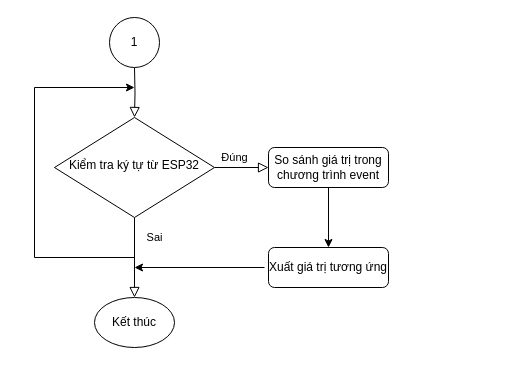
Above: ESP32_Arduino.drawio in imvietp/Final_Thesis (draw.io), before the change. Source tidied: cells renumbered, new cells numbered last; positions are measured from the earlier drawing's top-left corner, leaving out a move shared by most shapes. Both pictures are drawn from the tidied source at 100%, with x=0, y=0 at pixel (34, 17).
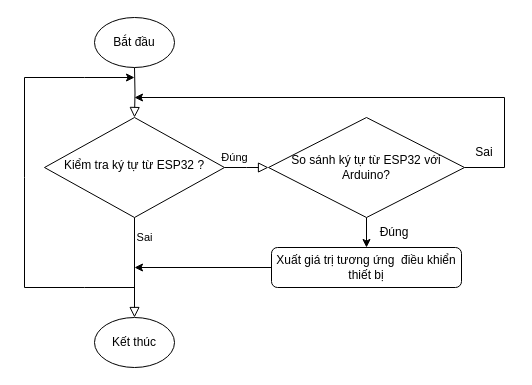
After the change.

What changed in the source:
```diff
@@
-    <mxCell id="4" value="Sai" style="edgeStyle=orthogonalEdgeStyle;rounded=0;html=1;jettySize=auto;fontSize=11;endArrow=block;endFill=0;endSize=8;strokeWidth=1;shadow=0;labelBackgroundColor=none;" parent="1" edge="1" source="5" target="6">
-      <mxGeometry x="-1" y="-92" relative="1" as="geometry">
-        <mxPoint x="-60" y="-22" as="offset" />
+    <mxCell id="4" value="Sai" style="edgeStyle=orthogonalEdgeStyle;rounded=0;html=1;jettySize=auto;fontSize=11;endArrow=block;endFill=0;endSize=8;strokeWidth=1;shadow=0;labelBackgroundColor=none;" parent="1" edge="1" source="5">
+      <mxGeometry x="-1" y="-106" relative="1" as="geometry">
+        <mxPoint x="234" y="150" as="targetPoint" />
+        <mxPoint x="-80" y="-36" as="offset" />
       </mxGeometry>
     </mxCell>
-    <mxCell id="5" value="Kiểm tra ký tự từ ESP32" style="rhombus;whiteSpace=wrap;html=1;shadow=0;fontFamily=Helvetica;fontSize=12;align=center;strokeWidth=1;spacing=6;spacingTop=-4;" parent="1" vertex="1">
-      <mxGeometry x="20" y="100" width="160" height="100" as="geometry" />
+    <mxCell id="5" value="Kiểm tra ký tự từ ESP32 ?" style="rhombus;whiteSpace=wrap;html=1;shadow=0;fontFamily=Helvetica;fontSize=12;align=center;strokeWidth=1;spacing=6;spacingTop=-4;" parent="1" vertex="1">
+      <mxGeometry x="10" y="100" width="180" height="100" as="geometry" />
     </mxCell>
-    <mxCell id="6" value="So sánh giá trị trong chương trình event" style="rounded=1;whiteSpace=wrap;html=1;fontSize=12;glass=0;strokeWidth=1;shadow=0;" parent="1" vertex="1">
-      <mxGeometry x="234" y="130" width="120" height="40" as="geometry" />
-    </mxCell>
+    <mxCell id="13" style="edgeStyle=orthogonalEdgeStyle;rounded=0;jettySize=auto;html=1;" parent="1" edge="1" source="7">
+      <mxGeometry relative="1" as="geometry">
+        <mxPoint x="100" y="250" as="targetPoint" />
+        <Array as="points">
+          <mxPoint x="100" y="250" />
+        </Array>
+      </mxGeometry>
+    </mxCell>
-    <mxCell id="7" value="Xuất giá trị tương ứng" style="rounded=1;whiteSpace=wrap;html=1;fontSize=12;glass=0;strokeWidth=1;shadow=0;" parent="1" vertex="1">
-      <mxGeometry x="234" y="230" width="120" height="40" as="geometry" />
+    <mxCell id="7" value="Xuất giá trị tương ứng&amp;nbsp; điều khiển thiết bị" style="rounded=1;whiteSpace=wrap;html=1;fontSize=12;glass=0;strokeWidth=1;shadow=0;" parent="1" vertex="1">
+      <mxGeometry x="237" y="230" width="190" height="40" as="geometry" />
     </mxCell>
     <mxCell id="8" value="Kết thúc" style="ellipse;whiteSpace=wrap;html=1;" parent="1" vertex="1">
-      <mxGeometry x="60" y="280" width="80" height="50" as="geometry" />
+      <mxGeometry x="60" y="300" width="80" height="50" as="geometry" />
     </mxCell>
-    <mxCell id="9" style="endArrow=classic;html=1;rounded=0;exitX=0.5;exitY=1;exitDx=0;exitDy=0;entryX=0.5;entryY=0;entryDx=0;entryDy=0;" parent="1" edge="1" source="6" target="7">
-      <mxGeometry relative="1" as="geometry" />
-    </mxCell>
-    <mxCell id="10" style="endArrow=classic;html=1;rounded=0;" parent="1" edge="1">
-      <mxGeometry relative="1" as="geometry">
-        <mxPoint x="230" y="250" as="sourcePoint" />
-        <mxPoint x="100" y="250" as="targetPoint" />
-      </mxGeometry>
-    </mxCell>
     <mxCell id="11" style="endArrow=classic;html=1;rounded=0;" parent="1" edge="1">
       <mxGeometry relative="1" as="geometry">
-        <mxPoint x="100" y="240" as="sourcePoint" />
-        <mxPoint x="100" y="70" as="targetPoint" />
+        <mxPoint x="100" y="270" as="sourcePoint" />
+        <mxPoint x="100" y="60" as="targetPoint" />
         <Array as="points">
-          <mxPoint y="240" />
-          <mxPoint y="70" />
+          <mxPoint x="50" y="270" />
+          <mxPoint x="-10" y="270" />
+          <mxPoint x="-10" y="160" />
+          <mxPoint x="-10" y="60" />
+          <mxPoint x="50" y="60" />
         </Array>
       </mxGeometry>
     </mxCell>
-    <mxCell id="12" value="1" style="ellipse;whiteSpace=wrap;html=1;" parent="1" vertex="1">
-      <mxGeometry x="75" width="50" height="50" as="geometry" />
-    </mxCell>
+    <mxCell id="14" value="Bắt đầu" style="ellipse;whiteSpace=wrap;html=1;" parent="1" vertex="1">
+      <mxGeometry x="60" width="80" height="50" as="geometry" />
+    </mxCell>
+    <mxCell id="15" style="edgeStyle=orthogonalEdgeStyle;rounded=0;jettySize=auto;html=1;exitX=1;exitY=0.5;exitDx=0;exitDy=0;" parent="1" edge="1" source="17">
+      <mxGeometry relative="1" as="geometry">
+        <mxPoint x="100" y="80" as="targetPoint" />
+        <Array as="points">
+          <mxPoint x="470" y="150" />
+          <mxPoint x="470" y="80" />
+        </Array>
+      </mxGeometry>
+    </mxCell>
+    <mxCell id="16" style="edgeStyle=orthogonalEdgeStyle;rounded=0;jettySize=auto;html=1;" parent="1" edge="1" source="17" target="7">
+      <mxGeometry relative="1" as="geometry" />
+    </mxCell>
+    <mxCell id="17" value="So sánh ký tự từ ESP32 với Arduino?" style="rhombus;whiteSpace=wrap;html=1;" parent="1" vertex="1">
+      <mxGeometry x="234" y="100" width="196" height="100" as="geometry" />
+    </mxCell>
+    <mxCell id="18" value="Đúng" style="text;html=1;align=center;verticalAlign=middle;whiteSpace=wrap;rounded=0;" parent="1" vertex="1">
+      <mxGeometry x="330" y="200" width="60" height="30" as="geometry" />
+    </mxCell>
+    <mxCell id="19" value="Sai" style="text;html=1;align=center;verticalAlign=middle;whiteSpace=wrap;rounded=0;" parent="1" vertex="1">
+      <mxGeometry x="420" y="120" width="60" height="30" as="geometry" />
+    </mxCell>
```
